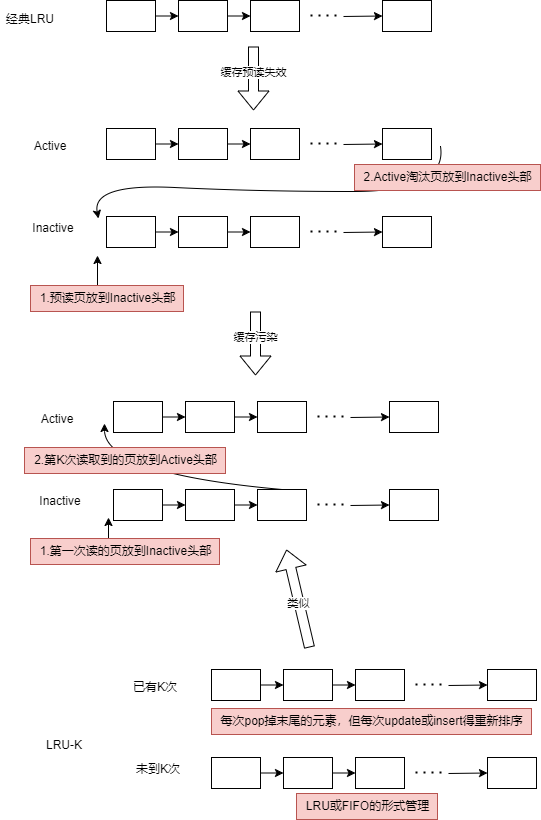
Before: CS/OS/内存管理/LRU改进.drawio.png, a diagram exported from draw.io (sirius-zyj/Images). Source tidied: cells renumbered, new cells last; positions are measured from the earlier drawing's top-left corner, leaving out a move shared by most shapes.
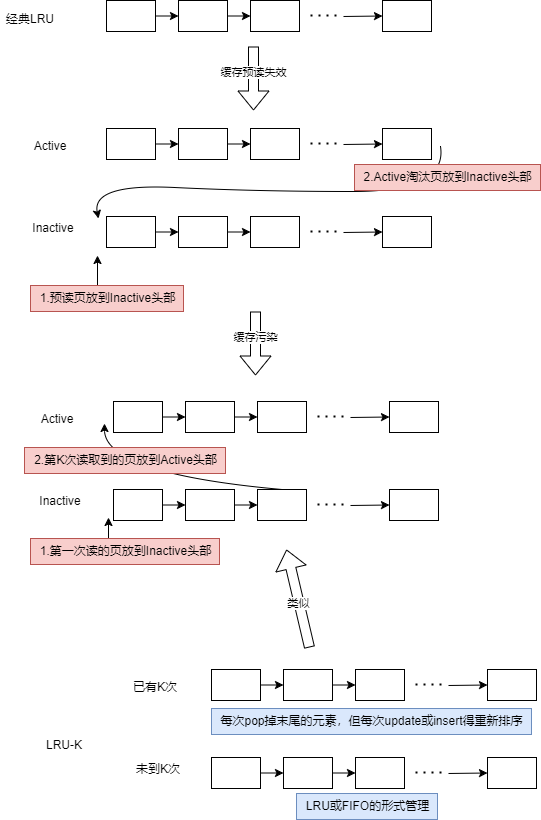
Above is the later version.

What changed in the source:
```diff
@@ -290,10 +290,10 @@
     <mxCell id="77" value="未到K次" style="text;html=1;align=center;verticalAlign=middle;whiteSpace=wrap;rounded=0;" parent="1" vertex="1">
       <mxGeometry x="128" y="754" width="60" height="30" as="geometry" />
     </mxCell>
-    <mxCell id="78" value="LRU或FIFO的形式管理" style="text;html=1;align=center;verticalAlign=middle;strokeColor=#b85450;fillColor=#f8cecc;" parent="1" vertex="1">
+    <mxCell id="78" value="LRU或FIFO的形式管理" style="text;html=1;align=center;verticalAlign=middle;strokeColor=#6c8ebf;fillColor=#dae8fc;" parent="1" vertex="1">
       <mxGeometry x="296" y="793" width="141" height="26" as="geometry" />
     </mxCell>
-    <mxCell id="79" value="每次pop掉末尾的元素，但每次update或insert得重新排序" style="text;html=1;align=center;verticalAlign=middle;strokeColor=#b85450;fillColor=#f8cecc;" parent="1" vertex="1">
+    <mxCell id="79" value="每次pop掉末尾的元素，但每次update或insert得重新排序" style="text;html=1;align=center;verticalAlign=middle;strokeColor=#6c8ebf;fillColor=#dae8fc;" parent="1" vertex="1">
       <mxGeometry x="211" y="708" width="320" height="26" as="geometry" />
     </mxCell>
     <mxCell id="80" style="shape=flexArrow;endArrow=classic;html=1;rounded=0;" parent="1" edge="1">
```
